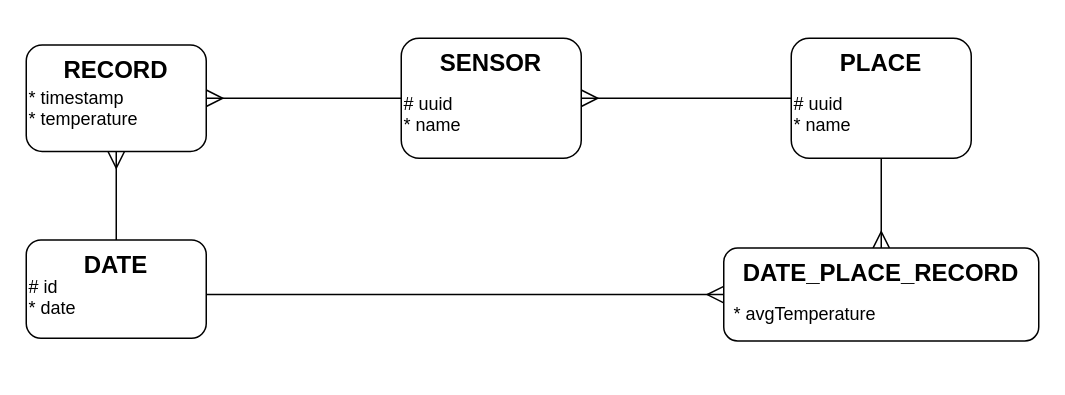
Before: page "Page-1" (1 of 2) of SensorProject.drawio in KewinEvers11/TempTest, a draw.io diagram. Source tidied: cells renumbered, new cells numbered last; positions are measured from the earlier drawing's top-left corner, leaving out a move shared by most shapes. Both pictures are drawn from the tidied source at 150%, with x=0, y=0 at pixel (26, 38).
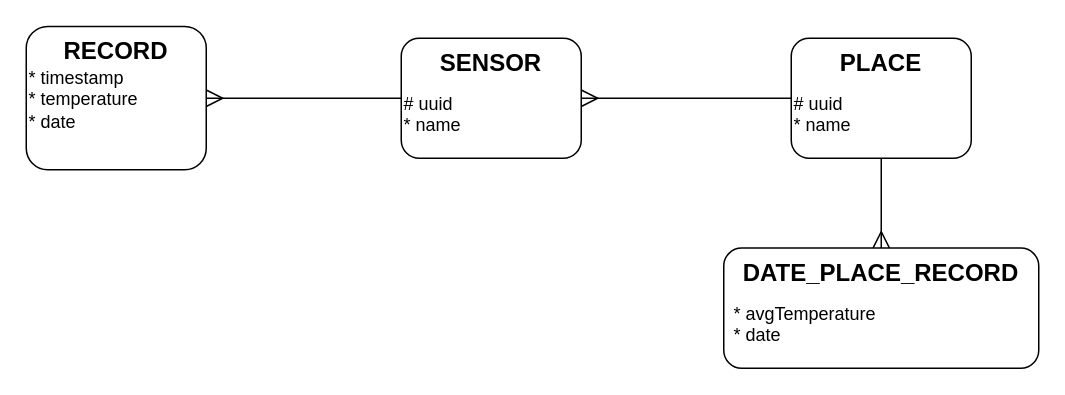
Above is the later version.

The edit, as a diff of the source:
```diff
@@
 <mxGraphModel>
   <root>
     <mxCell id="0" />
     <mxCell id="1" parent="0" />
     <mxCell id="2" style="edgeStyle=orthogonalEdgeStyle;rounded=0;jettySize=auto;html=1;fontSize=12;endArrow=ERmany;endFill=0;startSize=6;endSize=9;" parent="1" edge="1" source="3" target="13">
       <mxGeometry relative="1" as="geometry" />
     </mxCell>
     <mxCell id="3" value="SENSOR" style="rounded=1;whiteSpace=wrap;html=1;fontSize=16;fontStyle=1;verticalAlign=top;" parent="1" vertex="1">
       <mxGeometry x="250" width="120" height="80" as="geometry" />
     </mxCell>
     <mxCell id="4" value="&lt;div&gt;# uuid&lt;/div&gt;&lt;div&gt;* name&lt;/div&gt;" style="text;html=1;strokeColor=none;fillColor=none;align=left;verticalAlign=top;whiteSpace=wrap;rounded=0;fontSize=12;" parent="1" vertex="1">
       <mxGeometry x="250" y="30" width="120" height="40" as="geometry" />
     </mxCell>
     <mxCell id="5" style="edgeStyle=orthogonalEdgeStyle;rounded=0;jettySize=auto;html=1;fontSize=12;endArrow=ERmany;endFill=0;startSize=6;endSize=9;" parent="1" edge="1" source="7" target="3">
       <mxGeometry relative="1" as="geometry" />
     </mxCell>
     <mxCell id="6" style="edgeStyle=orthogonalEdgeStyle;rounded=0;jettySize=auto;html=1;fontSize=12;endArrow=ERmany;endFill=0;startSize=6;endSize=9;" parent="1" edge="1" source="7" target="15">
       <mxGeometry relative="1" as="geometry" />
     </mxCell>
     <mxCell id="7" value="PLACE" style="rounded=1;whiteSpace=wrap;html=1;fontSize=16;fontStyle=1;verticalAlign=top;" parent="1" vertex="1">
       <mxGeometry x="510" width="120" height="80" as="geometry" />
     </mxCell>
     <mxCell id="8" value="&lt;div&gt;# uuid&lt;/div&gt;&lt;div&gt;* name&lt;/div&gt;" style="text;html=1;strokeColor=none;fillColor=none;align=left;verticalAlign=top;whiteSpace=wrap;rounded=0;fontSize=12;" parent="1" vertex="1">
       <mxGeometry x="510" y="30" width="120" height="40" as="geometry" />
     </mxCell>
-    <mxCell id="9" style="edgeStyle=orthogonalEdgeStyle;rounded=0;jettySize=auto;html=1;fontSize=12;endArrow=ERmany;endFill=0;startSize=6;endSize=9;" parent="1" edge="1" source="10" target="13">
-      <mxGeometry relative="1" as="geometry" />
-    </mxCell>
-    <mxCell id="10" value="DATE" style="rounded=1;whiteSpace=wrap;html=1;fontSize=16;fontStyle=1;verticalAlign=top;" parent="1" vertex="1">
-      <mxGeometry y="134.5" width="120" height="65.5" as="geometry" />
-    </mxCell>
-    <mxCell id="11" style="edgeStyle=orthogonalEdgeStyle;rounded=0;jettySize=auto;html=1;fontSize=12;endArrow=ERmany;endFill=0;startSize=6;endSize=9;" parent="1" edge="1" source="12" target="15">
-      <mxGeometry relative="1" as="geometry" />
-    </mxCell>
-    <mxCell id="12" value="&lt;div&gt;# id&lt;/div&gt;&lt;div&gt;* date&lt;/div&gt;" style="text;html=1;strokeColor=none;fillColor=none;align=left;verticalAlign=top;whiteSpace=wrap;rounded=0;fontSize=12;" parent="1" vertex="1">
-      <mxGeometry y="151.8" width="120" height="38.2" as="geometry" />
-    </mxCell>
     <mxCell id="13" value="RECORD" style="rounded=1;whiteSpace=wrap;html=1;fontSize=16;fontStyle=1;verticalAlign=top;" parent="1" vertex="1">
-      <mxGeometry y="4.5" width="120" height="71" as="geometry" />
+      <mxGeometry y="-7.8" width="120" height="95.5" as="geometry" />
     </mxCell>
-    <mxCell id="14" value="&lt;div&gt;* timestamp&lt;br&gt;&lt;/div&gt;&lt;div&gt;* temperature&lt;/div&gt;" style="text;html=1;strokeColor=none;fillColor=none;align=left;verticalAlign=top;whiteSpace=wrap;rounded=0;fontSize=12;rotation=0;" parent="1" vertex="1">
-      <mxGeometry y="25.5" width="100" height="38" as="geometry" />
+    <mxCell id="14" value="&lt;div&gt;* timestamp&lt;br&gt;&lt;/div&gt;&lt;div&gt;* temperature&lt;/div&gt;&lt;div&gt;* date&lt;/div&gt;" style="text;html=1;strokeColor=none;fillColor=none;align=left;verticalAlign=top;whiteSpace=wrap;rounded=0;fontSize=12;rotation=0;" parent="1" vertex="1">
+      <mxGeometry y="13.2" width="100" height="56.8" as="geometry" />
     </mxCell>
     <mxCell id="15" value="DATE_PLACE_RECORD" style="rounded=1;whiteSpace=wrap;html=1;fontSize=16;fontStyle=1;verticalAlign=top;" parent="1" vertex="1">
-      <mxGeometry x="465" y="139.9" width="210" height="61.9" as="geometry" />
+      <mxGeometry x="465" y="139.9" width="210" height="80.1" as="geometry" />
     </mxCell>
-    <mxCell id="16" value="* avgTemperature" style="text;html=1;strokeColor=none;fillColor=none;align=left;verticalAlign=top;whiteSpace=wrap;rounded=0;fontSize=12;" parent="1" vertex="1">
-      <mxGeometry x="470" y="170" width="120" height="20" as="geometry" />
+    <mxCell id="16" value="&lt;div&gt;* avgTemperature&lt;br&gt;* date&lt;/div&gt;&lt;div&gt;&lt;br&gt;&lt;/div&gt;" style="text;html=1;strokeColor=none;fillColor=none;align=left;verticalAlign=top;whiteSpace=wrap;rounded=0;fontSize=12;" parent="1" vertex="1">
+      <mxGeometry x="470" y="170" width="120" height="40" as="geometry" />
     </mxCell>
   </root>
 </mxGraphModel>
```
